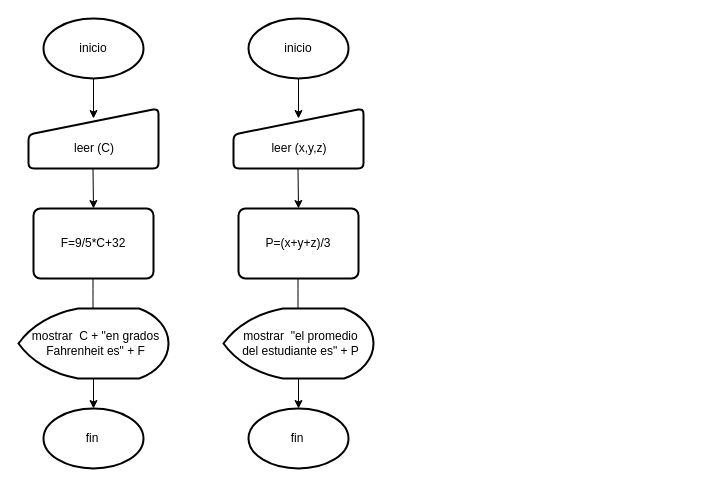
Before: Untitled Diagram.drawio in Jhaz602/diagramas, a draw.io diagram. Source tidied: cells renumbered, new cells numbered last; positions are measured from the earlier drawing's top-left corner, leaving out a move shared by most shapes. Both pictures are drawn from the tidied source at 100%, with x=0, y=0 at pixel (18, 18).
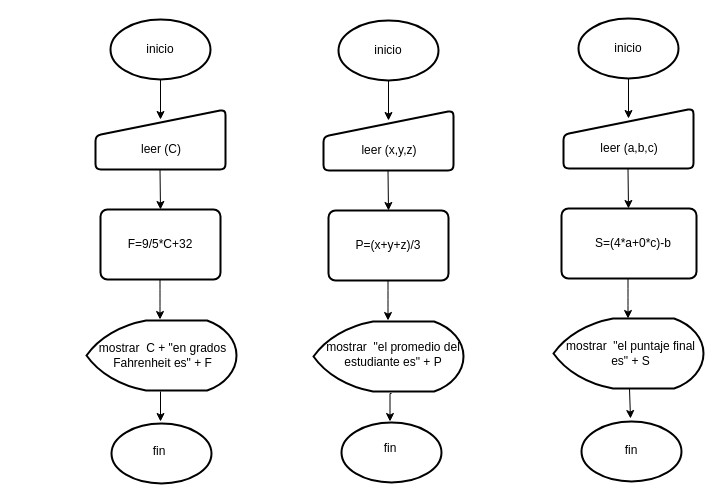
After the change.

Change to the diagram source:
```diff
@@
     <mxCell id="2" style="strokeWidth=2;html=1;shape=mxgraph.flowchart.start_1;whiteSpace=wrap;" parent="1" vertex="1">
-      <mxGeometry x="25" width="100" height="60" as="geometry" />
+      <mxGeometry x="92" y="1" width="100" height="60" as="geometry" />
     </mxCell>
     <mxCell id="3" value="inicio" style="text;html=1;strokeColor=none;fillColor=none;align=center;verticalAlign=middle;whiteSpace=wrap;rounded=0;" parent="1" vertex="1">
-      <mxGeometry x="55" y="20" width="40" height="20" as="geometry" />
+      <mxGeometry x="122" y="21" width="40" height="20" as="geometry" />
     </mxCell>
     <mxCell id="4" style="endArrow=classic;html=1;exitX=0.5;exitY=1;exitDx=0;exitDy=0;" parent="1" edge="1">
       <mxGeometry relative="1" as="geometry">
-        <mxPoint x="75" y="60" as="sourcePoint" />
-        <mxPoint x="75" y="100" as="targetPoint" />
+        <mxPoint x="142" y="61" as="sourcePoint" />
+        <mxPoint x="142" y="101" as="targetPoint" />
       </mxGeometry>
     </mxCell>
     <mxCell id="5" style="html=1;strokeWidth=2;shape=manualInput;whiteSpace=wrap;rounded=1;size=26;arcSize=11;" parent="1" vertex="1">
-      <mxGeometry x="10" y="90" width="130" height="60" as="geometry" />
+      <mxGeometry x="77" y="91" width="130" height="60" as="geometry" />
     </mxCell>
     <mxCell id="6" value="leer (C)" style="text;html=1;strokeColor=none;fillColor=none;align=center;verticalAlign=middle;whiteSpace=wrap;rounded=0;" parent="1" vertex="1">
-      <mxGeometry x="46" y="120" width="60" height="20" as="geometry" />
+      <mxGeometry x="113" y="121" width="60" height="20" as="geometry" />
     </mxCell>
     <mxCell id="7" style="endArrow=classic;html=1;" parent="1" edge="1">
       <mxGeometry relative="1" as="geometry">
-        <mxPoint x="74.5" y="150" as="sourcePoint" />
-        <mxPoint x="75" y="190" as="targetPoint" />
+        <mxPoint x="141.5" y="151" as="sourcePoint" />
+        <mxPoint x="142" y="191" as="targetPoint" />
       </mxGeometry>
     </mxCell>
     <mxCell id="8" style="endArrow=classic;html=1;" parent="1" edge="1">
       <mxGeometry relative="1" as="geometry">
-        <mxPoint x="74.5" y="260" as="sourcePoint" />
-        <mxPoint x="74.5" y="300" as="targetPoint" />
+        <mxPoint x="141.5" y="261" as="sourcePoint" />
+        <mxPoint x="141.5" y="301" as="targetPoint" />
         <Array as="points">
-          <mxPoint x="74.5" y="280" />
+          <mxPoint x="141.5" y="281" />
         </Array>
       </mxGeometry>
     </mxCell>
     <mxCell id="9" style="strokeWidth=2;html=1;shape=mxgraph.flowchart.display;whiteSpace=wrap;" parent="1" vertex="1">
-      <mxGeometry y="290" width="150" height="70" as="geometry" />
+      <mxGeometry x="68" y="302" width="150" height="70" as="geometry" />
     </mxCell>
     <mxCell id="10" style="strokeWidth=2;html=1;shape=mxgraph.flowchart.start_1;whiteSpace=wrap;" parent="1" vertex="1">
-      <mxGeometry x="25" y="390" width="100" height="60" as="geometry" />
+      <mxGeometry x="93" y="405" width="100" height="60" as="geometry" />
     </mxCell>
     <mxCell id="11" style="rounded=1;whiteSpace=wrap;html=1;absoluteArcSize=1;arcSize=14;strokeWidth=2;" parent="1" vertex="1">
-      <mxGeometry x="15" y="190" width="120" height="70" as="geometry" />
+      <mxGeometry x="82" y="191" width="120" height="70" as="geometry" />
     </mxCell>
     <mxCell id="12" value="F=9/5*C+32" style="text;html=1;strokeColor=none;fillColor=none;align=center;verticalAlign=middle;whiteSpace=wrap;rounded=0;" parent="1" vertex="1">
-      <mxGeometry x="40" y="210" width="70" height="30" as="geometry" />
+      <mxGeometry x="107" y="211" width="70" height="30" as="geometry" />
     </mxCell>
     <mxCell id="13" value="mostrar&amp;nbsp; C + &quot;en grados Fahrenheit es&quot; + F" style="text;html=1;strokeColor=none;fillColor=none;align=center;verticalAlign=middle;whiteSpace=wrap;rounded=0;" parent="1" vertex="1">
-      <mxGeometry x="10" y="295" width="135" height="60" as="geometry" />
+      <mxGeometry x="77" y="307" width="135" height="60" as="geometry" />
     </mxCell>
     <mxCell id="14" value="fin" style="text;html=1;strokeColor=none;fillColor=none;align=center;verticalAlign=middle;whiteSpace=wrap;rounded=0;" parent="1" vertex="1">
-      <mxGeometry x="53.5" y="410" width="40" height="20" as="geometry" />
+      <mxGeometry x="120.5" y="423" width="40" height="20" as="geometry" />
     </mxCell>
     <mxCell id="15" style="endArrow=classic;html=1;" parent="1" edge="1">
       <mxGeometry relative="1" as="geometry">
-        <mxPoint x="75" y="360" as="sourcePoint" />
-        <mxPoint x="75" y="390" as="targetPoint" />
+        <mxPoint x="142" y="373" as="sourcePoint" />
+        <mxPoint x="142" y="403" as="targetPoint" />
       </mxGeometry>
     </mxCell>
     <mxCell id="16" style="strokeWidth=2;html=1;shape=mxgraph.flowchart.start_1;whiteSpace=wrap;" parent="1" vertex="1">
-      <mxGeometry x="230" width="100" height="60" as="geometry" />
+      <mxGeometry x="320" y="2" width="100" height="60" as="geometry" />
     </mxCell>
     <mxCell id="17" value="inicio" style="text;html=1;strokeColor=none;fillColor=none;align=center;verticalAlign=middle;whiteSpace=wrap;rounded=0;" parent="1" vertex="1">
-      <mxGeometry x="260" y="20" width="40" height="20" as="geometry" />
+      <mxGeometry x="350" y="22" width="40" height="20" as="geometry" />
     </mxCell>
     <mxCell id="18" style="endArrow=classic;html=1;exitX=0.5;exitY=1;exitDx=0;exitDy=0;" parent="1" edge="1">
       <mxGeometry relative="1" as="geometry">
-        <mxPoint x="280" y="60" as="sourcePoint" />
-        <mxPoint x="280" y="100" as="targetPoint" />
+        <mxPoint x="370" y="62" as="sourcePoint" />
+        <mxPoint x="370" y="102" as="targetPoint" />
       </mxGeometry>
     </mxCell>
     <mxCell id="19" style="html=1;strokeWidth=2;shape=manualInput;whiteSpace=wrap;rounded=1;size=26;arcSize=11;" parent="1" vertex="1">
-      <mxGeometry x="215" y="90" width="130" height="60" as="geometry" />
+      <mxGeometry x="305" y="92" width="130" height="60" as="geometry" />
     </mxCell>
     <mxCell id="20" value="leer (x,y,z)" style="text;html=1;strokeColor=none;fillColor=none;align=center;verticalAlign=middle;whiteSpace=wrap;rounded=0;" parent="1" vertex="1">
-      <mxGeometry x="251" y="120" width="60" height="20" as="geometry" />
+      <mxGeometry x="341" y="122" width="60" height="20" as="geometry" />
     </mxCell>
     <mxCell id="21" style="endArrow=classic;html=1;" parent="1" edge="1">
       <mxGeometry relative="1" as="geometry">
-        <mxPoint x="279.5" y="150" as="sourcePoint" />
-        <mxPoint x="280" y="190" as="targetPoint" />
+        <mxPoint x="369.5" y="152" as="sourcePoint" />
+        <mxPoint x="370" y="192" as="targetPoint" />
       </mxGeometry>
     </mxCell>
     <mxCell id="22" style="endArrow=classic;html=1;" parent="1" edge="1">
       <mxGeometry relative="1" as="geometry">
-        <mxPoint x="279.5" y="260" as="sourcePoint" />
-        <mxPoint x="279.5" y="300" as="targetPoint" />
+        <mxPoint x="369.5" y="262" as="sourcePoint" />
+        <mxPoint x="369.5" y="302" as="targetPoint" />
         <Array as="points">
-          <mxPoint x="279.5" y="280" />
+          <mxPoint x="369.5" y="282" />
         </Array>
       </mxGeometry>
     </mxCell>
     <mxCell id="23" style="strokeWidth=2;html=1;shape=mxgraph.flowchart.display;whiteSpace=wrap;" parent="1" vertex="1">
-      <mxGeometry x="205" y="290" width="150" height="70" as="geometry" />
+      <mxGeometry x="295" y="303" width="150" height="70" as="geometry" />
     </mxCell>
+    <mxCell id="30" style="edgeStyle=orthogonalEdgeStyle;rounded=0;orthogonalLoop=1;jettySize=auto;html=1;" parent="1" edge="1">
+      <mxGeometry relative="1" as="geometry">
+        <mxPoint x="373" y="375" as="sourcePoint" />
+        <mxPoint x="371.5" y="403" as="targetPoint" />
+      </mxGeometry>
+    </mxCell>
     <mxCell id="24" style="strokeWidth=2;html=1;shape=mxgraph.flowchart.start_1;whiteSpace=wrap;" parent="1" vertex="1">
-      <mxGeometry x="230" y="390" width="100" height="60" as="geometry" />
+      <mxGeometry x="323" y="404" width="100" height="60" as="geometry" />
     </mxCell>
     <mxCell id="25" style="rounded=1;whiteSpace=wrap;html=1;absoluteArcSize=1;arcSize=14;strokeWidth=2;" parent="1" vertex="1">
-      <mxGeometry x="220" y="190" width="120" height="70" as="geometry" />
+      <mxGeometry x="310" y="192" width="120" height="70" as="geometry" />
     </mxCell>
     <mxCell id="26" value="P=(x+y+z)/3" style="text;html=1;strokeColor=none;fillColor=none;align=center;verticalAlign=middle;whiteSpace=wrap;rounded=0;" parent="1" vertex="1">
-      <mxGeometry x="245" y="210" width="70" height="30" as="geometry" />
+      <mxGeometry x="335" y="212" width="70" height="30" as="geometry" />
     </mxCell>
     <mxCell id="27" value="mostrar&amp;nbsp; &quot;el promedio del estudiante es&quot; + P" style="text;html=1;strokeColor=none;fillColor=none;align=center;verticalAlign=middle;whiteSpace=wrap;rounded=0;" parent="1" vertex="1">
-      <mxGeometry x="215" y="295" width="135" height="60" as="geometry" />
+      <mxGeometry x="305" y="306" width="140" height="60" as="geometry" />
     </mxCell>
     <mxCell id="28" value="fin" style="text;html=1;strokeColor=none;fillColor=none;align=center;verticalAlign=middle;whiteSpace=wrap;rounded=0;" parent="1" vertex="1">
-      <mxGeometry x="258.5" y="410" width="40" height="20" as="geometry" />
+      <mxGeometry x="351.5" y="420" width="40" height="20" as="geometry" />
     </mxCell>
-    <mxCell id="29" style="endArrow=classic;html=1;" parent="1" edge="1">
-      <mxGeometry relative="1" as="geometry">
-        <mxPoint x="280" y="360" as="sourcePoint" />
-        <mxPoint x="280" y="390" as="targetPoint" />
-      </mxGeometry>
-    </mxCell>
+    <mxCell id="31" style="strokeWidth=2;html=1;shape=mxgraph.flowchart.start_1;whiteSpace=wrap;" parent="1" vertex="1">
+      <mxGeometry x="560" width="100" height="60" as="geometry" />
+    </mxCell>
+    <mxCell id="32" value="inicio" style="text;html=1;strokeColor=none;fillColor=none;align=center;verticalAlign=middle;whiteSpace=wrap;rounded=0;" parent="1" vertex="1">
+      <mxGeometry x="590" y="20" width="40" height="20" as="geometry" />
+    </mxCell>
+    <mxCell id="33" style="endArrow=classic;html=1;exitX=0.5;exitY=1;exitDx=0;exitDy=0;" parent="1" edge="1">
+      <mxGeometry relative="1" as="geometry">
+        <mxPoint x="610" y="60" as="sourcePoint" />
+        <mxPoint x="610" y="100" as="targetPoint" />
+      </mxGeometry>
+    </mxCell>
+    <mxCell id="34" style="html=1;strokeWidth=2;shape=manualInput;whiteSpace=wrap;rounded=1;size=26;arcSize=11;" parent="1" vertex="1">
+      <mxGeometry x="545" y="90" width="130" height="60" as="geometry" />
+    </mxCell>
+    <mxCell id="35" value="leer (a,b,c)" style="text;html=1;strokeColor=none;fillColor=none;align=center;verticalAlign=middle;whiteSpace=wrap;rounded=0;" parent="1" vertex="1">
+      <mxGeometry x="581" y="120" width="60" height="20" as="geometry" />
+    </mxCell>
+    <mxCell id="36" style="endArrow=classic;html=1;" parent="1" edge="1">
+      <mxGeometry relative="1" as="geometry">
+        <mxPoint x="609.5" y="150" as="sourcePoint" />
+        <mxPoint x="610" y="190" as="targetPoint" />
+      </mxGeometry>
+    </mxCell>
+    <mxCell id="37" style="endArrow=classic;html=1;" parent="1" edge="1">
+      <mxGeometry relative="1" as="geometry">
+        <mxPoint x="609.5" y="260" as="sourcePoint" />
+        <mxPoint x="609.5" y="300" as="targetPoint" />
+        <Array as="points">
+          <mxPoint x="609.5" y="280" />
+        </Array>
+      </mxGeometry>
+    </mxCell>
+    <mxCell id="38" style="strokeWidth=2;html=1;shape=mxgraph.flowchart.display;whiteSpace=wrap;" parent="1" vertex="1">
+      <mxGeometry x="535" y="300" width="150" height="70" as="geometry" />
+    </mxCell>
+    <mxCell id="39" style="strokeWidth=2;html=1;shape=mxgraph.flowchart.start_1;whiteSpace=wrap;" parent="1" vertex="1">
+      <mxGeometry x="563" y="403" width="100" height="60" as="geometry" />
+    </mxCell>
+    <mxCell id="40" style="rounded=1;whiteSpace=wrap;html=1;absoluteArcSize=1;arcSize=14;strokeWidth=2;" parent="1" vertex="1">
+      <mxGeometry x="543" y="190" width="135" height="70" as="geometry" />
+    </mxCell>
+    <mxCell id="41" value="S=(4*a+0*c)-b" style="text;html=1;strokeColor=none;fillColor=none;align=center;verticalAlign=middle;whiteSpace=wrap;rounded=0;" parent="1" vertex="1">
+      <mxGeometry x="575" y="210" width="80" height="30" as="geometry" />
+    </mxCell>
+    <mxCell id="42" value="mostrar&amp;nbsp; &quot;el puntaje final es&quot; + S" style="text;html=1;strokeColor=none;fillColor=none;align=center;verticalAlign=middle;whiteSpace=wrap;rounded=0;" parent="1" vertex="1">
+      <mxGeometry x="545" y="305" width="135" height="60" as="geometry" />
+    </mxCell>
+    <mxCell id="43" value="fin" style="text;html=1;strokeColor=none;fillColor=none;align=center;verticalAlign=middle;whiteSpace=wrap;rounded=0;" parent="1" vertex="1">
+      <mxGeometry x="593" y="422" width="40" height="20" as="geometry" />
+    </mxCell>
+    <mxCell id="44" style="endArrow=classic;html=1;exitX=0.5;exitY=1;exitDx=0;exitDy=0;exitPerimeter=0;" parent="1" edge="1">
+      <mxGeometry relative="1" as="geometry">
+        <mxPoint x="611" y="370" as="sourcePoint" />
+        <mxPoint x="612" y="400" as="targetPoint" />
+      </mxGeometry>
+    </mxCell>
```
